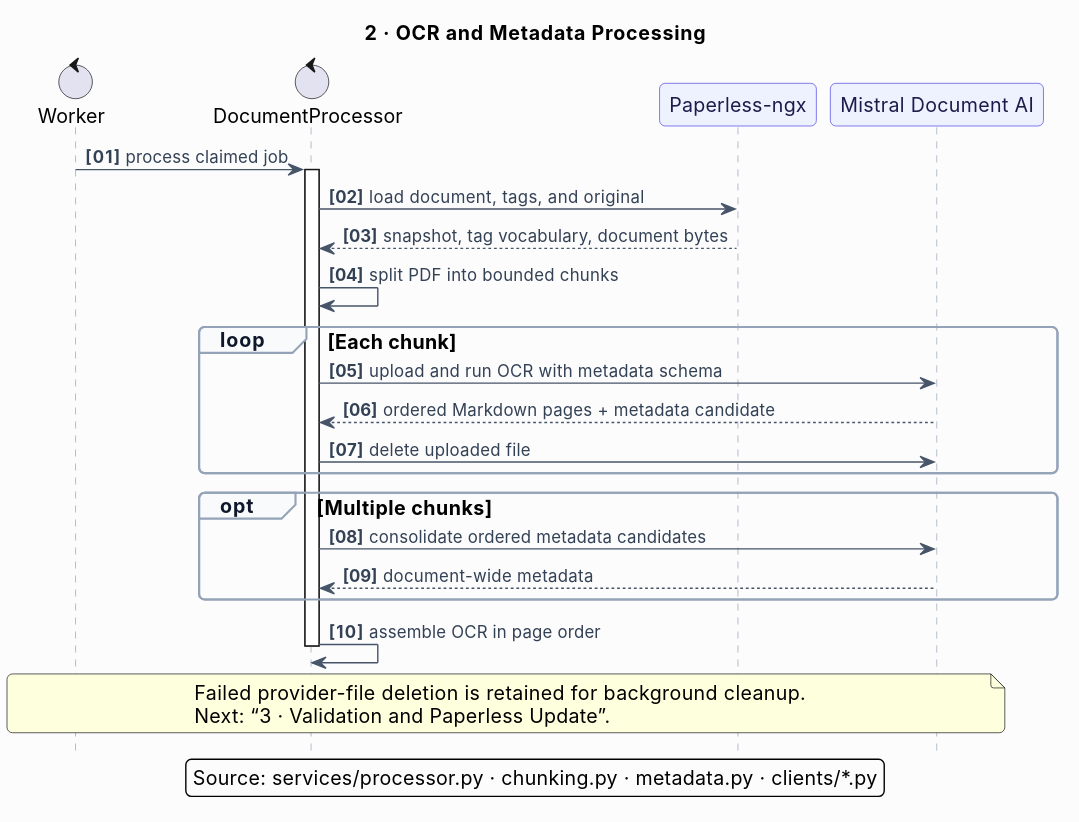
Above: docs/architecture/sequence-02-ocr-metadata.svg in GeorgesAlkhouri/MistralDock (PlantUML), before the change.
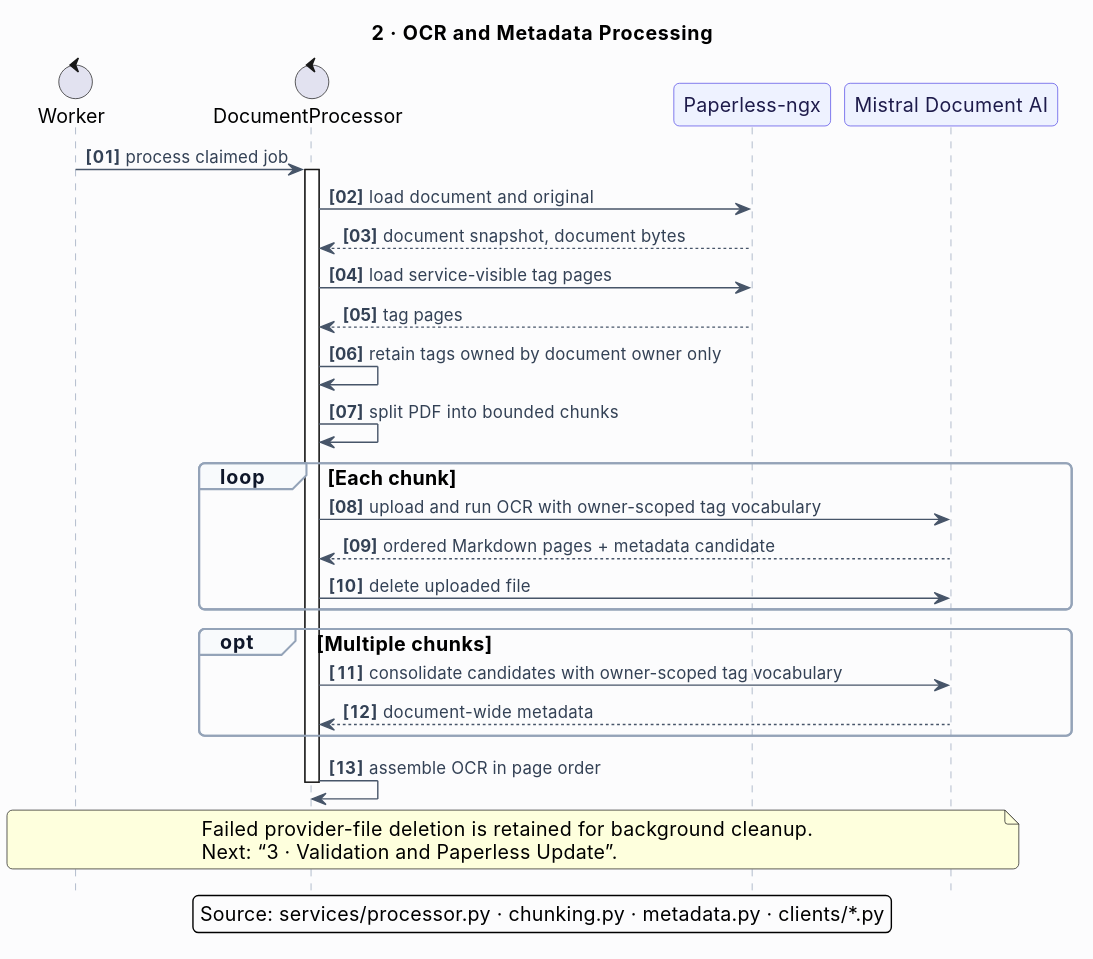
The same diagram one commit later.

Commit message:
fix: 🔒 Scope tags by document owner (#28)

What changed in the source:
```diff
@@ -29,19 +29,22 @@
 Worker -> Processor : process claimed job
 activate Processor
 
-Processor -> Paperless : load document, tags, and original
-Paperless --> Processor : snapshot, tag vocabulary, document bytes
+Processor -> Paperless : load document and original
+Paperless --> Processor : document snapshot, document bytes
+Processor -> Paperless : load service-visible tag pages
+Paperless --> Processor : tag pages
+Processor -> Processor : retain tags owned by document owner only
 
 Processor -> Processor : split PDF into bounded chunks
 
 loop Each chunk
-  Processor -> Mistral : upload and run OCR with metadata schema
+  Processor -> Mistral : upload and run OCR with owner-scoped tag vocabulary
   Mistral --> Processor : ordered Markdown pages + metadata candidate
   Processor -> Mistral : delete uploaded file
 end
 
 opt Multiple chunks
-  Processor -> Mistral : consolidate ordered metadata candidates
+  Processor -> Mistral : consolidate candidates with owner-scoped tag vocabulary
   Mistral --> Processor : document-wide metadata
 end
 
```
